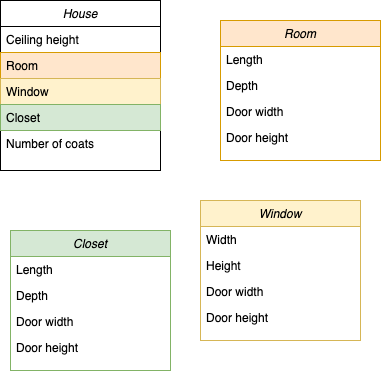
ferthelet/techlelevator keeps this draw.io diagram as HouseProperties_V1.drawio.png. Above is the earlier version. Source tidied: cells renumbered, new cells last; positions are measured from the earlier drawing's top-left corner, leaving out a move shared by most shapes.
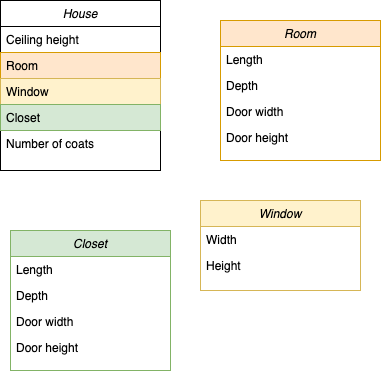
The same diagram one commit later.

Diff of the diagram source:
```diff
@@ -36,7 +36,7 @@
       <mxGeometry y="104" width="160" height="26" as="geometry" />
     </mxCell>
     <mxCell id="13" value="Window" style="swimlane;fontStyle=2;align=center;verticalAlign=top;horizontal=1;startSize=26;rounded=0;shadow=0;strokeWidth=1;fillColor=#fff2cc;strokeColor=#d6b656;" parent="1" vertex="1">
-      <mxGeometry x="200" y="200" width="160" height="140" as="geometry" />
+      <mxGeometry x="200" y="200" width="160" height="90" as="geometry" />
     </mxCell>
     <mxCell id="14" value="Width" style="text;align=left;verticalAlign=top;spacingLeft=4;spacingRight=4;overflow=hidden;" parent="13" vertex="1">
       <mxGeometry y="26" width="160" height="26" as="geometry" />
@@ -44,12 +44,6 @@
     <mxCell id="15" value="Height" style="text;align=left;verticalAlign=top;spacingLeft=4;spacingRight=4;overflow=hidden;rounded=0;shadow=0;html=0;" parent="13" vertex="1">
       <mxGeometry y="52" width="160" height="26" as="geometry" />
     </mxCell>
-    <mxCell id="16" value="Door width" style="text;align=left;verticalAlign=top;spacingLeft=4;spacingRight=4;overflow=hidden;rounded=0;shadow=0;html=0;" parent="13" vertex="1">
-      <mxGeometry y="78" width="160" height="26" as="geometry" />
-    </mxCell>
-    <mxCell id="17" value="Door height" style="text;align=left;verticalAlign=top;spacingLeft=4;spacingRight=4;overflow=hidden;" parent="13" vertex="1">
-      <mxGeometry y="104" width="160" height="26" as="geometry" />
-    </mxCell>
     <mxCell id="18" value="Closet" style="swimlane;fontStyle=2;align=center;verticalAlign=top;horizontal=1;startSize=26;rounded=0;shadow=0;strokeWidth=1;fillColor=#d5e8d4;strokeColor=#82b366;" parent="1" vertex="1">
       <mxGeometry x="10" y="230" width="160" height="140" as="geometry" />
     </mxCell>
```
